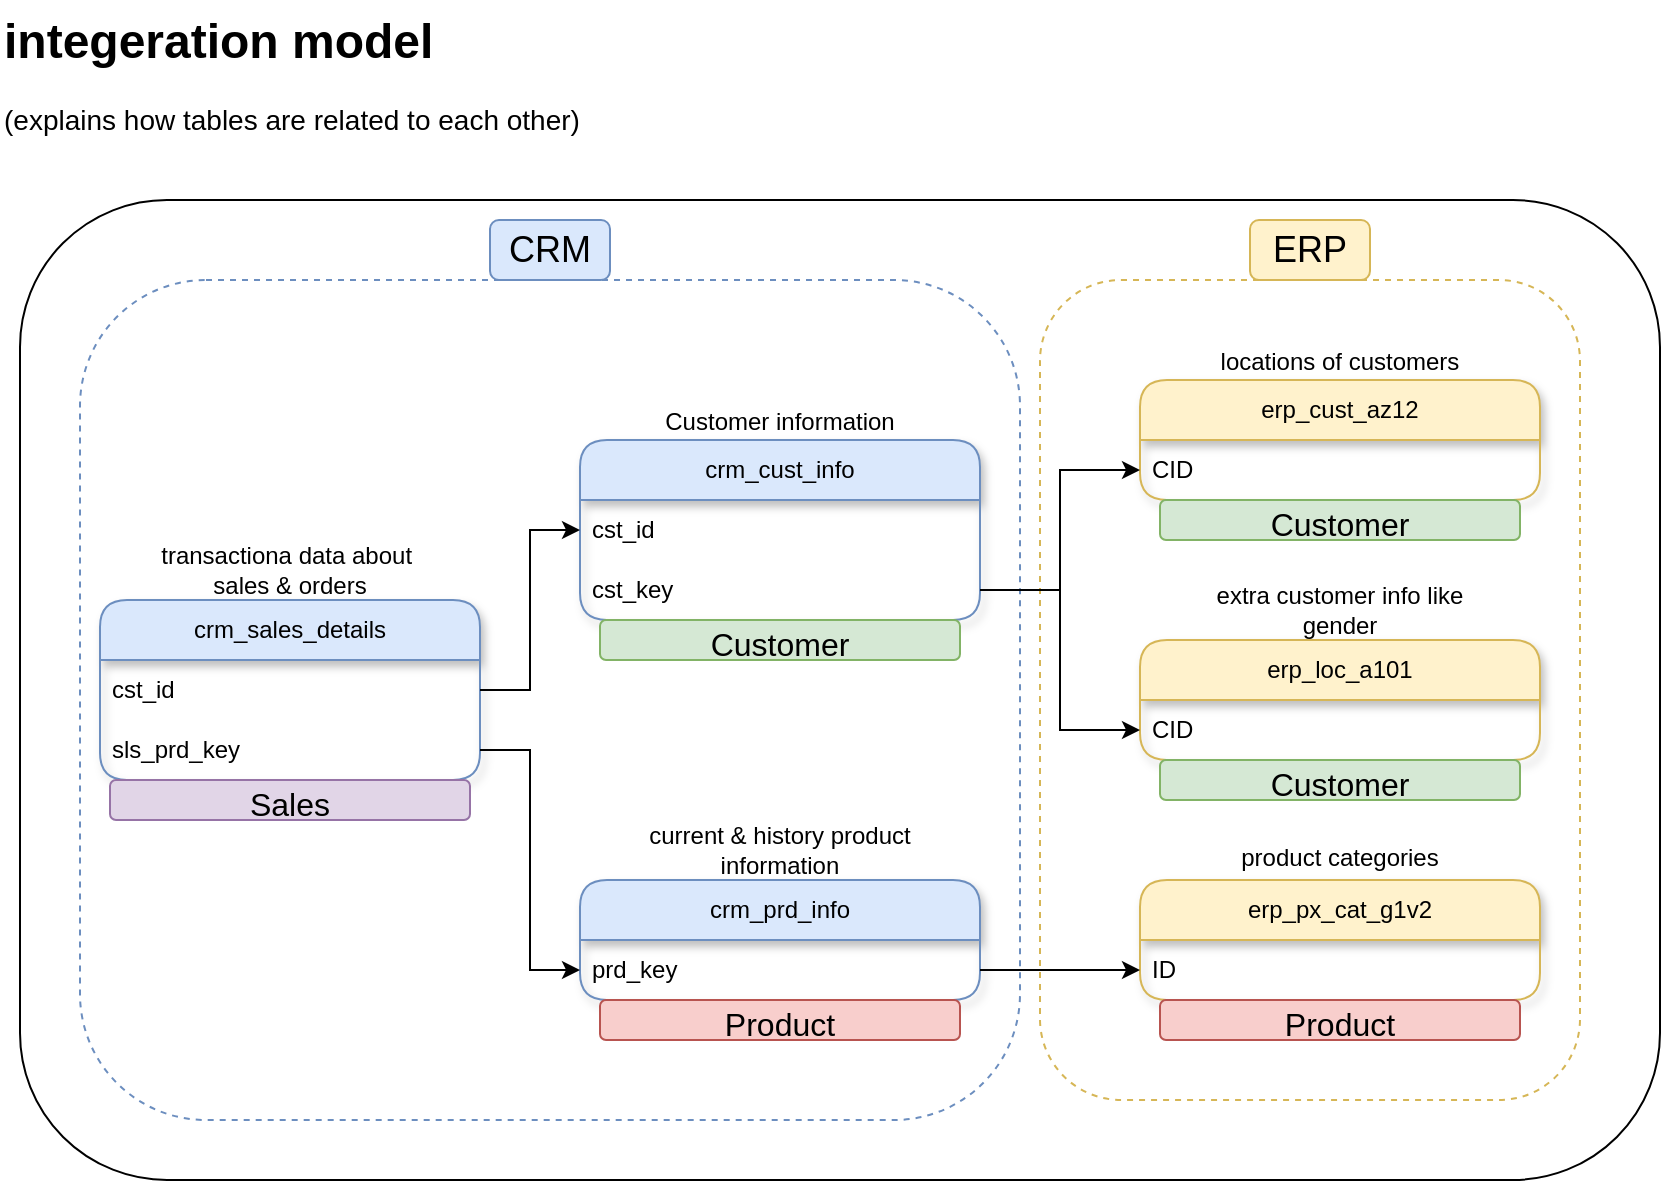
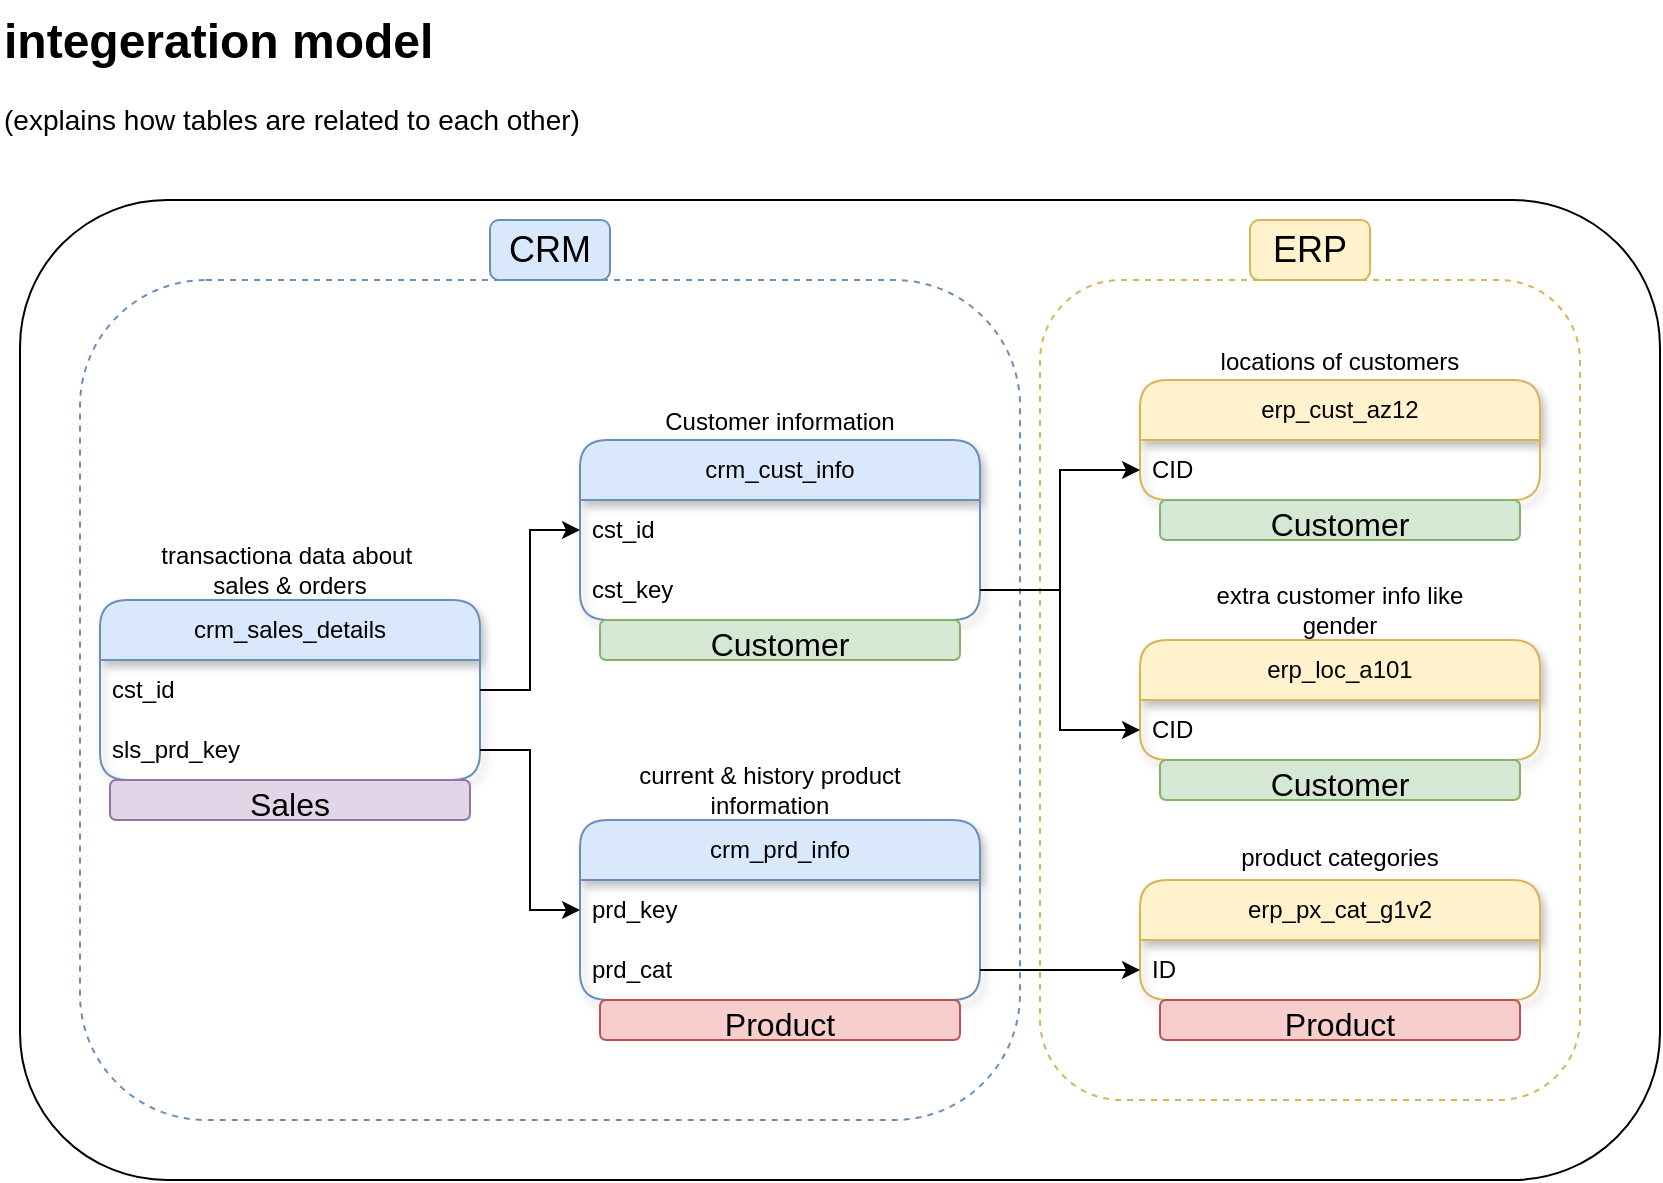
<mxfile host="Electron">
  <diagram name="Page-1" id="T0tesu9XH1SK5V1NY8CA">
    <mxGraphModel dx="864" dy="707" grid="1" gridSize="10" guides="1" tooltips="1" connect="1" arrows="1" fold="1" page="1" pageScale="1" pageWidth="850" pageHeight="1100" math="0" shadow="0">
      <root>
        <mxCell id="0" />
        <mxCell id="1" parent="0" />
        <mxCell id="Z-JpwIgiTC9cJ8psyWIC-2" parent="1" style="text;html=1;whiteSpace=wrap;overflow=hidden;rounded=0;" value="&lt;h1 style=&quot;margin-top: 0px;&quot;&gt;integeration model&lt;/h1&gt;&lt;p&gt;&lt;font style=&quot;font-size: 14px;&quot;&gt;(explains how tables are related to each other)&lt;/font&gt;&lt;/p&gt;" vertex="1">
          <mxGeometry height="120" width="330" x="10" y="10" as="geometry" />
        </mxCell>
        <mxCell id="Z-JpwIgiTC9cJ8psyWIC-7" parent="1" style="rounded=1;whiteSpace=wrap;html=1;strokeColor=default;fillColor=default;" value="" vertex="1">
          <mxGeometry height="490" width="820" x="20" y="110" as="geometry" />
        </mxCell>
        <mxCell id="Z-JpwIgiTC9cJ8psyWIC-46" parent="1" style="rounded=1;whiteSpace=wrap;html=1;dashed=1;fillColor=none;strokeColor=#d6b656;" value="" vertex="1">
          <mxGeometry height="410" width="270" x="530" y="150" as="geometry" />
        </mxCell>
        <mxCell id="Z-JpwIgiTC9cJ8psyWIC-35" parent="1" style="swimlane;fontStyle=0;childLayout=stackLayout;horizontal=1;startSize=30;horizontalStack=0;resizeParent=1;resizeParentMax=0;resizeLast=0;collapsible=1;marginBottom=0;whiteSpace=wrap;html=1;rounded=1;shadow=1;glass=0;fillColor=#fff2cc;strokeColor=#d6b656;" value="erp_px_cat_g1v2" vertex="1">
          <mxGeometry height="60" width="200" x="580" y="450" as="geometry" />
        </mxCell>
        <mxCell id="Z-JpwIgiTC9cJ8psyWIC-36" parent="Z-JpwIgiTC9cJ8psyWIC-35" style="text;align=left;verticalAlign=middle;spacingLeft=4;spacingRight=4;overflow=hidden;points=[[0,0.5],[1,0.5]];portConstraint=eastwest;rotatable=0;whiteSpace=wrap;html=1;rounded=1;shadow=1;glass=0;" value="ID" vertex="1">
          <mxGeometry height="30" width="200" y="30" as="geometry" />
        </mxCell>
        <mxCell id="Z-JpwIgiTC9cJ8psyWIC-37" parent="1" style="swimlane;fontStyle=0;childLayout=stackLayout;horizontal=1;startSize=30;horizontalStack=0;resizeParent=1;resizeParentMax=0;resizeLast=0;collapsible=1;marginBottom=0;whiteSpace=wrap;html=1;rounded=1;shadow=1;glass=0;fillColor=#fff2cc;strokeColor=#d6b656;" value="erp_cust_az12" vertex="1">
          <mxGeometry height="60" width="200" x="580" y="200" as="geometry" />
        </mxCell>
        <mxCell id="Z-JpwIgiTC9cJ8psyWIC-38" parent="Z-JpwIgiTC9cJ8psyWIC-37" style="text;align=left;verticalAlign=middle;spacingLeft=4;spacingRight=4;overflow=hidden;points=[[0,0.5],[1,0.5]];portConstraint=eastwest;rotatable=0;whiteSpace=wrap;html=1;rounded=1;shadow=1;glass=0;" value="CID" vertex="1">
          <mxGeometry height="30" width="200" y="30" as="geometry" />
        </mxCell>
        <mxCell id="Z-JpwIgiTC9cJ8psyWIC-39" parent="1" style="swimlane;fontStyle=0;childLayout=stackLayout;horizontal=1;startSize=30;horizontalStack=0;resizeParent=1;resizeParentMax=0;resizeLast=0;collapsible=1;marginBottom=0;whiteSpace=wrap;html=1;rounded=1;shadow=1;glass=0;fillColor=#fff2cc;strokeColor=#d6b656;" value="erp_loc_a101" vertex="1">
          <mxGeometry height="60" width="200" x="580" y="330" as="geometry" />
        </mxCell>
        <mxCell id="Z-JpwIgiTC9cJ8psyWIC-40" parent="Z-JpwIgiTC9cJ8psyWIC-39" style="text;align=left;verticalAlign=middle;spacingLeft=4;spacingRight=4;overflow=hidden;points=[[0,0.5],[1,0.5]];portConstraint=eastwest;rotatable=0;whiteSpace=wrap;html=1;rounded=1;shadow=1;glass=0;" value="CID" vertex="1">
          <mxGeometry height="30" width="200" y="30" as="geometry" />
        </mxCell>
        <mxCell id="Z-JpwIgiTC9cJ8psyWIC-47" parent="1" style="rounded=1;whiteSpace=wrap;html=1;dashed=1;fillColor=none;strokeColor=#6c8ebf;" value="" vertex="1">
          <mxGeometry height="420" width="470" x="50" y="150" as="geometry" />
        </mxCell>
        <mxCell id="Z-JpwIgiTC9cJ8psyWIC-3" parent="1" style="swimlane;fontStyle=0;childLayout=stackLayout;horizontal=1;startSize=30;horizontalStack=0;resizeParent=1;resizeParentMax=0;resizeLast=0;collapsible=1;marginBottom=0;whiteSpace=wrap;html=1;rounded=1;shadow=1;glass=0;fillColor=#dae8fc;strokeColor=#6c8ebf;" value="crm_cust_info" vertex="1">
          <mxGeometry height="90" width="200" x="300" y="230" as="geometry" />
        </mxCell>
        <mxCell id="Z-JpwIgiTC9cJ8psyWIC-4" parent="Z-JpwIgiTC9cJ8psyWIC-3" style="text;align=left;verticalAlign=middle;spacingLeft=4;spacingRight=4;overflow=hidden;points=[[0,0.5],[1,0.5]];portConstraint=eastwest;rotatable=0;whiteSpace=wrap;html=1;rounded=1;shadow=1;glass=0;" value="cst_id" vertex="1">
          <mxGeometry height="30" width="200" y="30" as="geometry" />
        </mxCell>
        <mxCell id="Z-JpwIgiTC9cJ8psyWIC-42" parent="Z-JpwIgiTC9cJ8psyWIC-3" style="text;align=left;verticalAlign=middle;spacingLeft=4;spacingRight=4;overflow=hidden;points=[[0,0.5],[1,0.5]];portConstraint=eastwest;rotatable=0;whiteSpace=wrap;html=1;rounded=1;shadow=1;glass=0;" value="cst_key" vertex="1">
          <mxGeometry height="30" width="200" y="60" as="geometry" />
        </mxCell>
        <mxCell id="Z-JpwIgiTC9cJ8psyWIC-9" parent="1" style="swimlane;fontStyle=0;childLayout=stackLayout;horizontal=1;startSize=30;horizontalStack=0;resizeParent=1;resizeParentMax=0;resizeLast=0;collapsible=1;marginBottom=0;whiteSpace=wrap;html=1;rounded=1;shadow=1;glass=0;fillColor=#dae8fc;strokeColor=#6c8ebf;" value="crm_prd_info" vertex="1">
-           <mxGeometry height="60" width="200" x="300" y="450" as="geometry" />
+           <mxGeometry height="90" width="200" x="300" y="420" as="geometry" />
        </mxCell>
        <mxCell id="Z-JpwIgiTC9cJ8psyWIC-10" parent="Z-JpwIgiTC9cJ8psyWIC-9" style="text;strokeColor=none;fillColor=none;align=left;verticalAlign=middle;spacingLeft=4;spacingRight=4;overflow=hidden;points=[[0,0.5],[1,0.5]];portConstraint=eastwest;rotatable=0;whiteSpace=wrap;html=1;" value="prd_key" vertex="1">
          <mxGeometry height="30" width="200" y="30" as="geometry" />
+         </mxCell>
+         <mxCell id="LGkXY6q5IakQ3RoQ4WKy-1" parent="Z-JpwIgiTC9cJ8psyWIC-9" style="text;strokeColor=none;fillColor=none;align=left;verticalAlign=middle;spacingLeft=4;spacingRight=4;overflow=hidden;points=[[0,0.5],[1,0.5]];portConstraint=eastwest;rotatable=0;whiteSpace=wrap;html=1;" value="prd_cat" vertex="1">
+           <mxGeometry height="30" width="200" y="60" as="geometry" />
        </mxCell>
        <mxCell id="Z-JpwIgiTC9cJ8psyWIC-13" parent="1" style="swimlane;fontStyle=0;childLayout=stackLayout;horizontal=1;startSize=30;horizontalStack=0;resizeParent=1;resizeParentMax=0;resizeLast=0;collapsible=1;marginBottom=0;whiteSpace=wrap;html=1;rounded=1;shadow=1;glass=0;fillColor=#dae8fc;strokeColor=#6c8ebf;" value="crm_sales_details" vertex="1">
          <mxGeometry height="90" width="190" x="60" y="310" as="geometry" />
        </mxCell>
        <mxCell id="Z-JpwIgiTC9cJ8psyWIC-14" parent="Z-JpwIgiTC9cJ8psyWIC-13" style="text;strokeColor=none;fillColor=none;align=left;verticalAlign=middle;spacingLeft=4;spacingRight=4;overflow=hidden;points=[[0,0.5],[1,0.5]];portConstraint=eastwest;rotatable=0;whiteSpace=wrap;html=1;" value="cst_id" vertex="1">
          <mxGeometry height="30" width="190" y="30" as="geometry" />
        </mxCell>
        <mxCell id="Z-JpwIgiTC9cJ8psyWIC-15" parent="Z-JpwIgiTC9cJ8psyWIC-13" style="text;strokeColor=none;fillColor=none;align=left;verticalAlign=middle;spacingLeft=4;spacingRight=4;overflow=hidden;points=[[0,0.5],[1,0.5]];portConstraint=eastwest;rotatable=0;whiteSpace=wrap;html=1;" value="sls_prd_key" vertex="1">
          <mxGeometry height="30" width="190" y="60" as="geometry" />
        </mxCell>
        <mxCell id="Z-JpwIgiTC9cJ8psyWIC-33" edge="1" parent="1" source="Z-JpwIgiTC9cJ8psyWIC-14" style="edgeStyle=orthogonalEdgeStyle;rounded=0;orthogonalLoop=1;jettySize=auto;html=1;" target="Z-JpwIgiTC9cJ8psyWIC-4">
          <mxGeometry relative="1" as="geometry" />
        </mxCell>
        <mxCell id="Z-JpwIgiTC9cJ8psyWIC-34" edge="1" parent="1" source="Z-JpwIgiTC9cJ8psyWIC-15" style="edgeStyle=orthogonalEdgeStyle;rounded=0;orthogonalLoop=1;jettySize=auto;html=1;" target="Z-JpwIgiTC9cJ8psyWIC-10">
          <mxGeometry relative="1" as="geometry" />
        </mxCell>
-         <mxCell id="Z-JpwIgiTC9cJ8psyWIC-45" edge="1" parent="1" source="Z-JpwIgiTC9cJ8psyWIC-10" style="edgeStyle=orthogonalEdgeStyle;rounded=0;orthogonalLoop=1;jettySize=auto;html=1;" target="Z-JpwIgiTC9cJ8psyWIC-36">
+         <mxCell id="Z-JpwIgiTC9cJ8psyWIC-45" edge="1" parent="1" source="LGkXY6q5IakQ3RoQ4WKy-1" style="edgeStyle=orthogonalEdgeStyle;rounded=0;orthogonalLoop=1;jettySize=auto;html=1;exitX=1;exitY=0.5;exitDx=0;exitDy=0;" target="Z-JpwIgiTC9cJ8psyWIC-36">
          <mxGeometry relative="1" as="geometry" />
        </mxCell>
        <mxCell id="Z-JpwIgiTC9cJ8psyWIC-44" edge="1" parent="1" source="Z-JpwIgiTC9cJ8psyWIC-42" style="edgeStyle=orthogonalEdgeStyle;rounded=0;orthogonalLoop=1;jettySize=auto;html=1;entryX=0;entryY=0.5;entryDx=0;entryDy=0;" target="Z-JpwIgiTC9cJ8psyWIC-40">
          <mxGeometry relative="1" as="geometry" />
        </mxCell>
        <mxCell id="Z-JpwIgiTC9cJ8psyWIC-43" edge="1" parent="1" source="Z-JpwIgiTC9cJ8psyWIC-42" style="edgeStyle=orthogonalEdgeStyle;rounded=0;orthogonalLoop=1;jettySize=auto;html=1;entryX=0;entryY=0.5;entryDx=0;entryDy=0;" target="Z-JpwIgiTC9cJ8psyWIC-38">
          <mxGeometry relative="1" as="geometry" />
        </mxCell>
        <mxCell id="Z-JpwIgiTC9cJ8psyWIC-48" parent="1" style="text;html=1;whiteSpace=wrap;strokeColor=#6c8ebf;fillColor=#dae8fc;align=center;verticalAlign=middle;rounded=1;fontSize=18;" value="CRM" vertex="1">
          <mxGeometry height="30" width="60" x="255" y="120" as="geometry" />
        </mxCell>
        <mxCell id="Z-JpwIgiTC9cJ8psyWIC-49" parent="1" style="text;html=1;whiteSpace=wrap;strokeColor=#d6b656;fillColor=#fff2cc;align=center;verticalAlign=middle;rounded=1;fontSize=18;" value="ERP" vertex="1">
          <mxGeometry height="30" width="60" x="635" y="120" as="geometry" />
        </mxCell>
        <mxCell id="JUNYkZMncw7-0zDENkM2-1" parent="1" style="text;html=1;strokeColor=#b85450;fillColor=#f8cecc;align=center;verticalAlign=middle;whiteSpace=wrap;overflow=hidden;fontSize=16;rounded=1;" value="Product" vertex="1">
          <mxGeometry height="20" width="180" x="590" y="510" as="geometry" />
        </mxCell>
        <mxCell id="JUNYkZMncw7-0zDENkM2-2" parent="1" style="text;html=1;strokeColor=#b85450;fillColor=#f8cecc;align=center;verticalAlign=middle;whiteSpace=wrap;overflow=hidden;fontSize=16;rounded=1;" value="Product" vertex="1">
          <mxGeometry height="20" width="180" x="310" y="510" as="geometry" />
        </mxCell>
        <mxCell id="JUNYkZMncw7-0zDENkM2-3" parent="1" style="text;html=1;strokeColor=#82b366;fillColor=#d5e8d4;align=center;verticalAlign=middle;whiteSpace=wrap;overflow=hidden;fontSize=16;rounded=1;" value="Customer" vertex="1">
          <mxGeometry height="20" width="180" x="310" y="320" as="geometry" />
        </mxCell>
        <mxCell id="JUNYkZMncw7-0zDENkM2-4" parent="1" style="text;html=1;strokeColor=#82b366;fillColor=#d5e8d4;align=center;verticalAlign=middle;whiteSpace=wrap;overflow=hidden;fontSize=16;rounded=1;" value="Customer" vertex="1">
          <mxGeometry height="20" width="180" x="590" y="390" as="geometry" />
        </mxCell>
        <mxCell id="JUNYkZMncw7-0zDENkM2-5" parent="1" style="text;html=1;strokeColor=#82b366;fillColor=#d5e8d4;align=center;verticalAlign=middle;whiteSpace=wrap;overflow=hidden;fontSize=16;rounded=1;" value="Customer" vertex="1">
          <mxGeometry height="20" width="180" x="590" y="260" as="geometry" />
        </mxCell>
        <mxCell id="JUNYkZMncw7-0zDENkM2-6" parent="1" style="text;html=1;strokeColor=#9673a6;fillColor=#e1d5e7;align=center;verticalAlign=middle;whiteSpace=wrap;overflow=hidden;fontSize=16;rounded=1;" value="Sales" vertex="1">
          <mxGeometry height="20" width="180" x="65" y="400" as="geometry" />
        </mxCell>
        <mxCell id="JUNYkZMncw7-0zDENkM2-7" parent="1" style="text;html=1;whiteSpace=wrap;strokeColor=none;fillColor=none;align=center;verticalAlign=middle;rounded=0;" value="transactiona data about&amp;nbsp;&lt;div&gt;sales &amp;amp; orders&lt;/div&gt;" vertex="1">
          <mxGeometry height="30" width="160" x="75" y="280" as="geometry" />
        </mxCell>
        <mxCell id="JUNYkZMncw7-0zDENkM2-8" parent="1" style="text;html=1;whiteSpace=wrap;strokeColor=none;fillColor=none;align=center;verticalAlign=middle;rounded=0;" value="current &amp;amp; history product&lt;div&gt;information&lt;/div&gt;" vertex="1">
-           <mxGeometry height="30" width="160" x="320" y="420" as="geometry" />
+           <mxGeometry height="30" width="160" x="315" y="390" as="geometry" />
        </mxCell>
        <mxCell id="JUNYkZMncw7-0zDENkM2-9" parent="1" style="text;html=1;whiteSpace=wrap;strokeColor=none;fillColor=none;align=center;verticalAlign=middle;rounded=0;" value="locations of customers" vertex="1">
          <mxGeometry height="30" width="160" x="600" y="176" as="geometry" />
        </mxCell>
        <mxCell id="JUNYkZMncw7-0zDENkM2-10" parent="1" style="text;html=1;whiteSpace=wrap;strokeColor=none;fillColor=none;align=center;verticalAlign=middle;rounded=0;" value="extra customer info like gender" vertex="1">
          <mxGeometry height="30" width="160" x="600" y="300" as="geometry" />
        </mxCell>
        <mxCell id="JUNYkZMncw7-0zDENkM2-11" parent="1" style="text;html=1;whiteSpace=wrap;strokeColor=none;fillColor=none;align=center;verticalAlign=middle;rounded=0;" value="product categories" vertex="1">
          <mxGeometry height="30" width="160" x="600" y="424" as="geometry" />
        </mxCell>
        <mxCell id="JUNYkZMncw7-0zDENkM2-12" parent="1" style="text;html=1;whiteSpace=wrap;strokeColor=none;fillColor=none;align=center;verticalAlign=middle;rounded=0;" value="&lt;div&gt;Customer information&lt;/div&gt;" vertex="1">
          <mxGeometry height="30" width="160" x="320" y="206" as="geometry" />
        </mxCell>
+         <mxCell id="LGkXY6q5IakQ3RoQ4WKy-2" edge="1" parent="1" source="JUNYkZMncw7-0zDENkM2-2" style="edgeStyle=orthogonalEdgeStyle;rounded=0;orthogonalLoop=1;jettySize=auto;html=1;exitX=0.5;exitY=1;exitDx=0;exitDy=0;" target="JUNYkZMncw7-0zDENkM2-2">
+           <mxGeometry relative="1" as="geometry" />
+         </mxCell>
      </root>
    </mxGraphModel>
  </diagram>
</mxfile>
